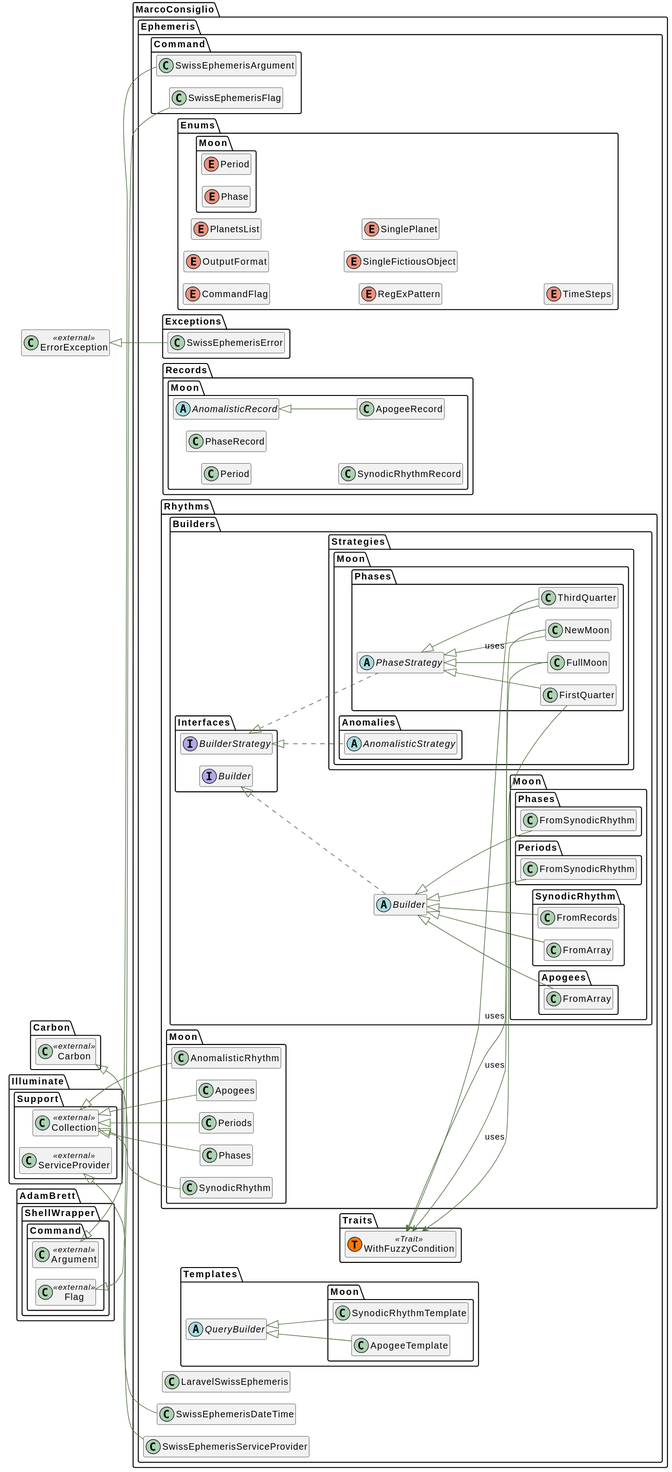
Earlier version of the PlantUML export docs/html/graphs/classes.svg (MarcoConsiglio/laravel-swiss-ephemeris).
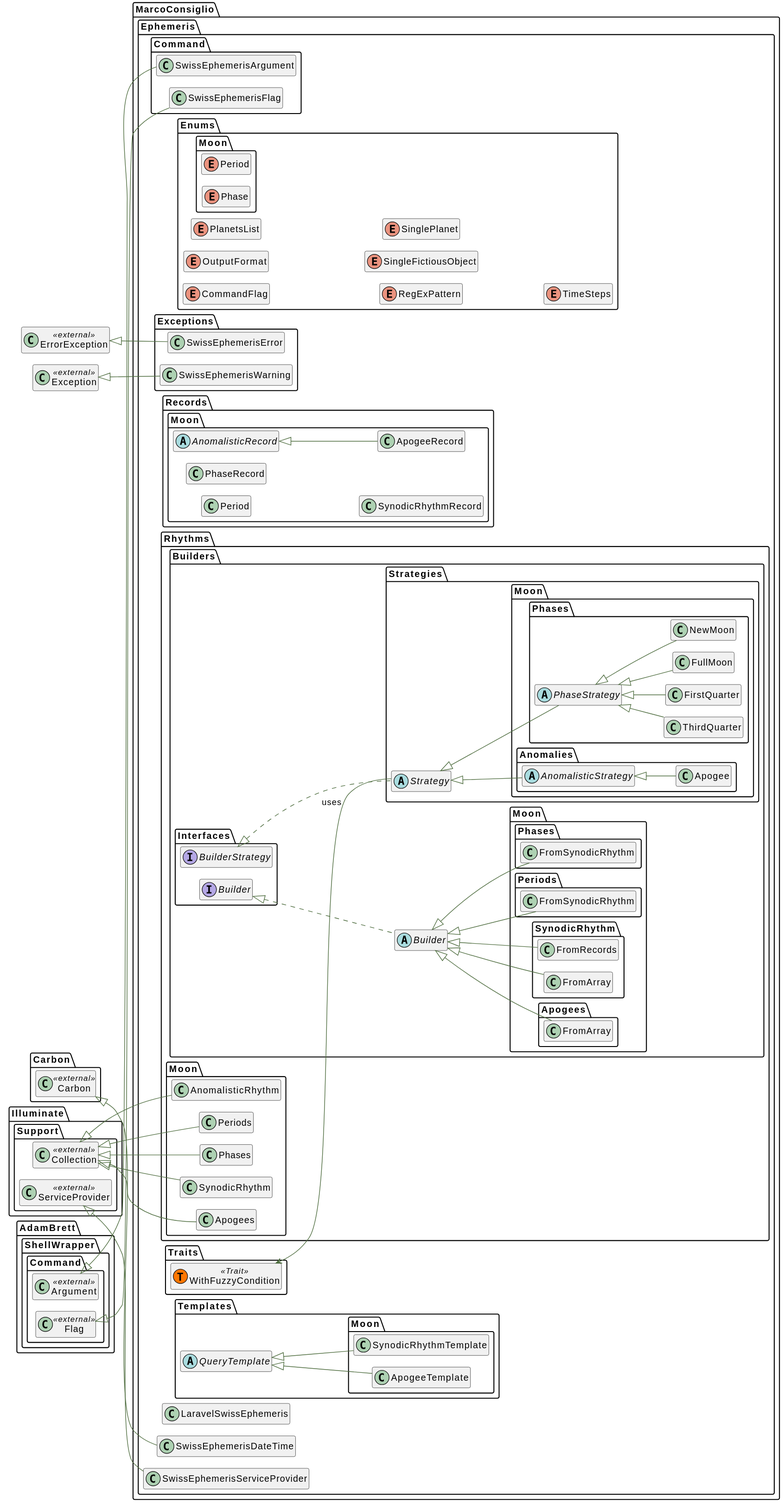
Above is the later version.

The edit, as a diff of the source:
```diff
@@ -91,6 +91,12 @@
      class "SwissEphemerisError" as SwissEphemerisError__class   extends \\ErrorException__class  {
     }
 }
+class "Exception" as Exception__class << external >>{
+}
+namespace MarcoConsiglio\\Ephemeris\\Exceptions {
+     class "SwissEphemerisWarning" as SwissEphemerisWarning__class   extends \\Exception__class  {
+    }
+}
 namespace MarcoConsiglio\\Ephemeris\\Records\\Moon {
     abstract  class "AnomalisticRecord" as AnomalisticRecord__class    {
     }
@@ -143,34 +149,39 @@
      class "FromRecords" as FromRecords__class   extends \\MarcoConsiglio\\Ephemeris\\Rhythms\\Builders\\Builder__class  {
     }
 }
-namespace MarcoConsiglio\\Ephemeris\\Rhythms\\Builders\\Strategies\\Moon\\Anomalies {
-    abstract  class "AnomalisticStrategy" as AnomalisticStrategy__class    implements \\MarcoConsiglio\\Ephemeris\\Rhythms\\Builders\\Interfaces\\BuilderStrategy__interface {
-    }
-}
-namespace MarcoConsiglio\\Ephemeris\\Rhythms\\Builders\\Strategies\\Moon\\Phases {
-    abstract  class "PhaseStrategy" as PhaseStrategy__class    implements \\MarcoConsiglio\\Ephemeris\\Rhythms\\Builders\\Interfaces\\BuilderStrategy__interface {
-    }
-}
 namespace MarcoConsiglio\\Ephemeris\\Traits {
     class "WithFuzzyCondition"  as WithFuzzyCondition__trait << (T,#FF7700) Trait >> {
     }
 }
-\\MarcoConsiglio\\Ephemeris\\Traits\\WithFuzzyCondition__trait <-- \\MarcoConsiglio\\Ephemeris\\Rhythms\\Builders\\Strategies\\Moon\\Phases\\FirstQuarter__class : uses
+\\MarcoConsiglio\\Ephemeris\\Traits\\WithFuzzyCondition__trait <-- \\MarcoConsiglio\\Ephemeris\\Rhythms\\Builders\\Strategies\\Strategy__class : uses
+namespace MarcoConsiglio\\Ephemeris\\Rhythms\\Builders\\Strategies {
+    abstract  class "Strategy" as Strategy__class    implements \\MarcoConsiglio\\Ephemeris\\Rhythms\\Builders\\Interfaces\\BuilderStrategy__interface {
+    }
+}
+namespace MarcoConsiglio\\Ephemeris\\Rhythms\\Builders\\Strategies\\Moon\\Anomalies {
+    abstract  class "AnomalisticStrategy" as AnomalisticStrategy__class   extends \\MarcoConsiglio\\Ephemeris\\Rhythms\\Builders\\Strategies\\Strategy__class  {
+    }
+}
+namespace MarcoConsiglio\\Ephemeris\\Rhythms\\Builders\\Strategies\\Moon\\Anomalies {
+     class "Apogee" as Apogee__class   extends \\MarcoConsiglio\\Ephemeris\\Rhythms\\Builders\\Strategies\\Moon\\Anomalies\\AnomalisticStrategy__class  {
+    }
+}
+namespace MarcoConsiglio\\Ephemeris\\Rhythms\\Builders\\Strategies\\Moon\\Phases {
+    abstract  class "PhaseStrategy" as PhaseStrategy__class   extends \\MarcoConsiglio\\Ephemeris\\Rhythms\\Builders\\Strategies\\Strategy__class  {
+    }
+}
 namespace MarcoConsiglio\\Ephemeris\\Rhythms\\Builders\\Strategies\\Moon\\Phases {
      class "FirstQuarter" as FirstQuarter__class   extends \\MarcoConsiglio\\Ephemeris\\Rhythms\\Builders\\Strategies\\Moon\\Phases\\PhaseStrategy__class  {
     }
 }
-\\MarcoConsiglio\\Ephemeris\\Traits\\WithFuzzyCondition__trait <-- \\MarcoConsiglio\\Ephemeris\\Rhythms\\Builders\\Strategies\\Moon\\Phases\\FullMoon__class : uses
 namespace MarcoConsiglio\\Ephemeris\\Rhythms\\Builders\\Strategies\\Moon\\Phases {
      class "FullMoon" as FullMoon__class   extends \\MarcoConsiglio\\Ephemeris\\Rhythms\\Builders\\Strategies\\Moon\\Phases\\PhaseStrategy__class  {
     }
 }
-\\MarcoConsiglio\\Ephemeris\\Traits\\WithFuzzyCondition__trait <-- \\MarcoConsiglio\\Ephemeris\\Rhythms\\Builders\\Strategies\\Moon\\Phases\\NewMoon__class : uses
 namespace MarcoConsiglio\\Ephemeris\\Rhythms\\Builders\\Strategies\\Moon\\Phases {
      class "NewMoon" as NewMoon__class   extends \\MarcoConsiglio\\Ephemeris\\Rhythms\\Builders\\Strategies\\Moon\\Phases\\PhaseStrategy__class  {
     }
 }
-\\MarcoConsiglio\\Ephemeris\\Traits\\WithFuzzyCondition__trait <-- \\MarcoConsiglio\\Ephemeris\\Rhythms\\Builders\\Strategies\\Moon\\Phases\\ThirdQuarter__class : uses
 namespace MarcoConsiglio\\Ephemeris\\Rhythms\\Builders\\Strategies\\Moon\\Phases {
      class "ThirdQuarter" as ThirdQuarter__class   extends \\MarcoConsiglio\\Ephemeris\\Rhythms\\Builders\\Strategies\\Moon\\Phases\\PhaseStrategy__class  {
     }
@@ -200,15 +211,15 @@
     }
 }
 namespace MarcoConsiglio\\Ephemeris\\Templates {
-    abstract  class "QueryBuilder" as QueryBuilder__class    {
+    abstract  class "QueryTemplate" as QueryTemplate__class    {
     }
 }
 namespace MarcoConsiglio\\Ephemeris\\Templates\\Moon {
-     class "ApogeeTemplate" as ApogeeTemplate__class   extends \\MarcoConsiglio\\Ephemeris\\Templates\\QueryBuilder__class  {
+     class "ApogeeTemplate" as ApogeeTemplate__class   extends \\MarcoConsiglio\\Ephemeris\\Templates\\QueryTemplate__class  {
     }
 }
 namespace MarcoConsiglio\\Ephemeris\\Templates\\Moon {
-     class "SynodicRhythmTemplate" as SynodicRhythmTemplate__class   extends \\MarcoConsiglio\\Ephemeris\\Templates\\QueryBuilder__class  {
+     class "SynodicRhythmTemplate" as SynodicRhythmTemplate__class   extends \\MarcoConsiglio\\Ephemeris\\Templates\\QueryTemplate__class  {
     }
 }
 @enduml
```
